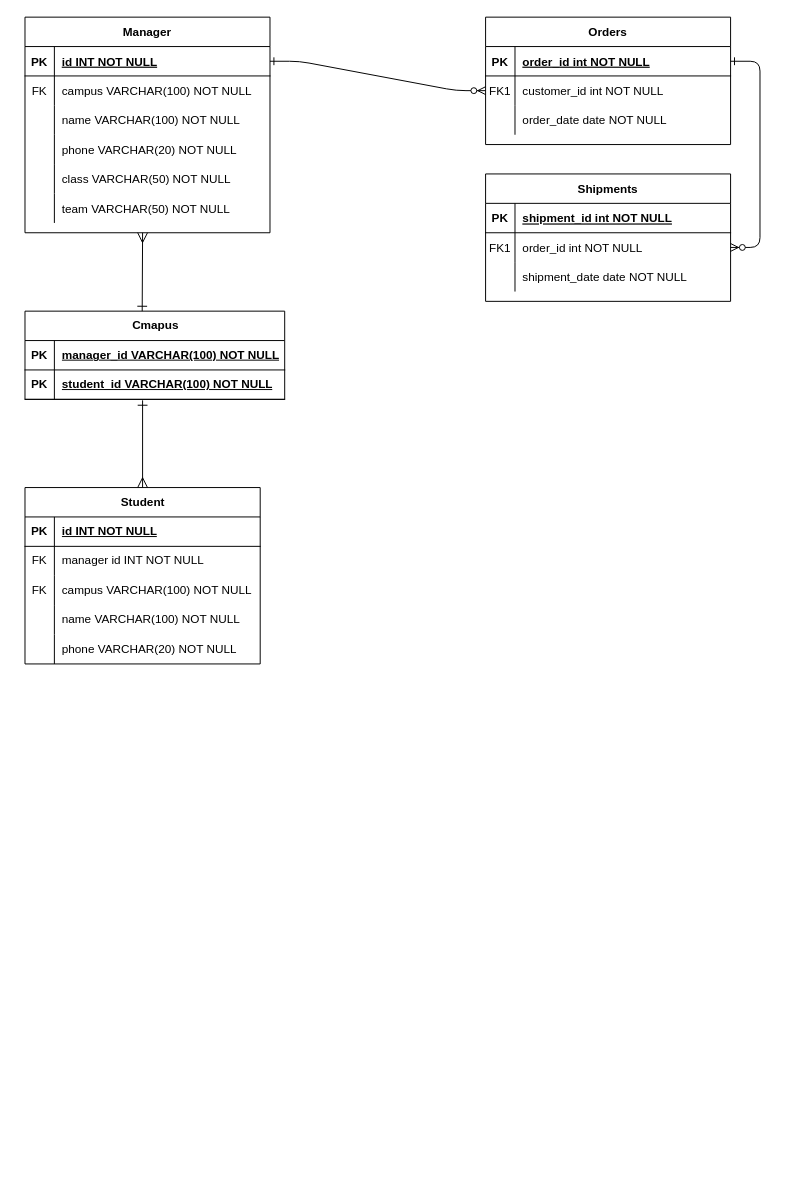
Earlier version of the draw.io diagram summer_session.drawio (vaaast-lake/diagrams). Source tidied: cells renumbered, new cells numbered last; positions are measured from the earlier drawing's top-left corner, leaving out a move shared by most shapes. Both pictures are drawn from the tidied source at 98%, with x=0, y=0 at pixel (24, 17).
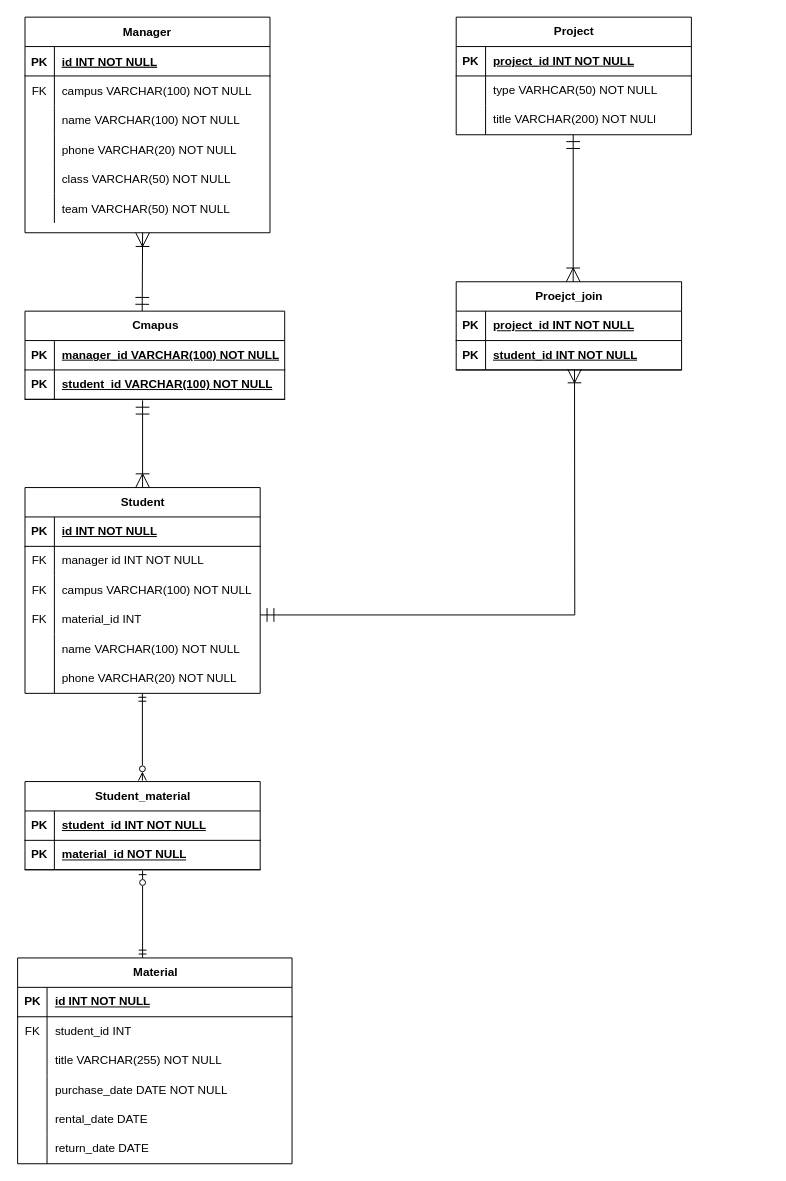
The same page after the edit.

The change refers to these unchanged cells:
```xml
<mxCell id="25" style="shape=partialRectangle;fillColor=none;points=[[0,0.5],[1,0.5]];portConstraint=eastwest;top=0;left=0;right=0;bottom=1;" parent="24" vertex="1">
  <mxGeometry y="30" width="250" height="30" as="geometry" />
</mxCell>
```

What changed in the source:
```diff
@@
-    <mxCell id="2" style="edgeStyle=entityRelationEdgeStyle;endArrow=ERzeroToMany;startArrow=ERone;endFill=1;startFill=0;" parent="1" edge="1" source="25" target="8">
-      <mxGeometry relative="1" as="geometry" />
-    </mxCell>
-    <mxCell id="3" style="edgeStyle=entityRelationEdgeStyle;endArrow=ERzeroToMany;startArrow=ERone;endFill=1;startFill=0;" parent="1" edge="1" source="5" target="18">
-      <mxGeometry relative="1" as="geometry" />
-    </mxCell>
-    <mxCell id="4" value="Orders" style="shape=table;startSize=30;childLayout=tableLayout;rowLines=0;fontStyle=1;align=center;" parent="1" vertex="1">
-      <mxGeometry x="470" width="250" height="130" as="geometry" />
-    </mxCell>
-    <mxCell id="5" style="shape=partialRectangle;fillColor=none;points=[[0,0.5],[1,0.5]];portConstraint=eastwest;top=0;left=0;right=0;bottom=1;" parent="4" vertex="1">
-      <mxGeometry y="30" width="250" height="30" as="geometry" />
-    </mxCell>
-    <mxCell id="6" value="PK" style="shape=partialRectangle;overflow=hidden;fillColor=none;top=0;left=0;bottom=0;right=0;fontStyle=1;" parent="5" vertex="1">
-      <mxGeometry width="30" height="30" as="geometry" />
-    </mxCell>
-    <mxCell id="7" value="order_id int NOT NULL " style="shape=partialRectangle;overflow=hidden;fillColor=none;top=0;left=0;bottom=0;right=0;align=left;spacingLeft=6;fontStyle=5;" parent="5" vertex="1">
-      <mxGeometry x="30" width="220" height="30" as="geometry" />
-    </mxCell>
-    <mxCell id="8" style="shape=partialRectangle;fillColor=none;points=[[0,0.5],[1,0.5]];portConstraint=eastwest;top=0;left=0;right=0;bottom=0;" parent="4" vertex="1">
-      <mxGeometry y="60" width="250" height="30" as="geometry" />
-    </mxCell>
-    <mxCell id="9" value="FK1" style="shape=partialRectangle;overflow=hidden;fillColor=none;top=0;left=0;bottom=0;right=0;" parent="8" vertex="1">
-      <mxGeometry width="30" height="30" as="geometry" />
-    </mxCell>
-    <mxCell id="10" value="customer_id int NOT NULL" style="shape=partialRectangle;overflow=hidden;fillColor=none;top=0;left=0;bottom=0;right=0;align=left;spacingLeft=6;" parent="8" vertex="1">
-      <mxGeometry x="30" width="220" height="30" as="geometry" />
-    </mxCell>
-    <mxCell id="11" style="shape=partialRectangle;fillColor=none;top=0;left=0;right=0;bottom=0;" parent="4" vertex="1">
-      <mxGeometry y="90" width="250" height="30" as="geometry" />
-    </mxCell>
-    <mxCell id="12" style="shape=partialRectangle;overflow=hidden;fillColor=none;top=0;left=0;bottom=0;right=0;" parent="11" vertex="1">
-      <mxGeometry width="30" height="30" as="geometry" />
-    </mxCell>
-    <mxCell id="13" value="order_date date NOT NULL" style="shape=partialRectangle;overflow=hidden;fillColor=none;top=0;left=0;bottom=0;right=0;align=left;spacingLeft=6;" parent="11" vertex="1">
-      <mxGeometry x="30" width="220" height="30" as="geometry" />
-    </mxCell>
-    <mxCell id="14" value="Shipments" style="shape=table;startSize=30;childLayout=tableLayout;rowLines=0;fontStyle=1;align=center;" parent="1" vertex="1">
-      <mxGeometry x="470" y="160" width="250" height="130" as="geometry" />
-    </mxCell>
-    <mxCell id="15" style="shape=partialRectangle;fillColor=none;top=0;left=0;right=0;bottom=1;" parent="14" vertex="1">
-      <mxGeometry y="30" width="250" height="30" as="geometry" />
-    </mxCell>
-    <mxCell id="16" value="PK" style="shape=partialRectangle;overflow=hidden;fillColor=none;top=0;left=0;bottom=0;right=0;fontStyle=1;" parent="15" vertex="1">
-      <mxGeometry width="30" height="30" as="geometry" />
-    </mxCell>
-    <mxCell id="17" value="shipment_id int NOT NULL " style="shape=partialRectangle;overflow=hidden;fillColor=none;top=0;left=0;bottom=0;right=0;align=left;spacingLeft=6;fontStyle=5;" parent="15" vertex="1">
-      <mxGeometry x="30" width="220" height="30" as="geometry" />
-    </mxCell>
-    <mxCell id="18" style="shape=partialRectangle;fillColor=none;points=[[0,0.5],[1,0.5]];portConstraint=eastwest;top=0;left=0;right=0;bottom=0;" parent="14" vertex="1">
-      <mxGeometry y="60" width="250" height="30" as="geometry" />
-    </mxCell>
-    <mxCell id="19" value="FK1" style="shape=partialRectangle;overflow=hidden;fillColor=none;top=0;left=0;bottom=0;right=0;" parent="18" vertex="1">
-      <mxGeometry width="30" height="30" as="geometry" />
-    </mxCell>
-    <mxCell id="20" value="order_id int NOT NULL" style="shape=partialRectangle;overflow=hidden;fillColor=none;top=0;left=0;bottom=0;right=0;align=left;spacingLeft=6;" parent="18" vertex="1">
-      <mxGeometry x="30" width="220" height="30" as="geometry" />
-    </mxCell>
-    <mxCell id="21" style="shape=partialRectangle;fillColor=none;top=0;left=0;right=0;bottom=0;" parent="14" vertex="1">
-      <mxGeometry y="90" width="250" height="30" as="geometry" />
-    </mxCell>
-    <mxCell id="22" style="shape=partialRectangle;overflow=hidden;fillColor=none;top=0;left=0;bottom=0;right=0;" parent="21" vertex="1">
-      <mxGeometry width="30" height="30" as="geometry" />
-    </mxCell>
-    <mxCell id="23" value="shipment_date date NOT NULL" style="shape=partialRectangle;overflow=hidden;fillColor=none;top=0;left=0;bottom=0;right=0;align=left;spacingLeft=6;" parent="21" vertex="1">
-      <mxGeometry x="30" width="220" height="30" as="geometry" />
-    </mxCell>
@@
     <mxCell id="43" value="Student" style="shape=table;startSize=30;childLayout=tableLayout;rowLines=0;fontStyle=1;align=center;html=1;" parent="1" vertex="1">
-      <mxGeometry y="480" width="240" height="180" as="geometry" />
+      <mxGeometry y="480" width="240" height="210" as="geometry" />
     </mxCell>
@@
+    <mxCell id="68" style="shape=tableRow;horizontal=0;startSize=0;swimlaneHead=0;swimlaneBody=0;fillColor=none;top=0;left=0;right=0;bottom=0;" parent="43" vertex="1">
+      <mxGeometry y="120" width="240" height="30" as="geometry" />
+    </mxCell>
+    <mxCell id="69" value="FK" style="shape=partialRectangle;fillColor=none;top=0;left=0;bottom=0;right=0;overflow=hidden;whiteSpace=wrap;html=1;" parent="68" vertex="1">
+      <mxGeometry width="30" height="30" as="geometry" />
+    </mxCell>
+    <mxCell id="70" value="material_id INT" style="shape=partialRectangle;fillColor=none;top=0;left=0;bottom=0;right=0;align=left;spacingLeft=6;overflow=hidden;whiteSpace=wrap;html=1;" parent="68" vertex="1">
+      <mxGeometry x="30" width="210" height="30" as="geometry" />
+    </mxCell>
     <mxCell id="53" style="shape=tableRow;horizontal=0;startSize=0;swimlaneHead=0;swimlaneBody=0;fillColor=none;top=0;left=0;right=0;bottom=0;" parent="43" vertex="1">
-      <mxGeometry y="120" width="240" height="30" as="geometry" />
+      <mxGeometry y="150" width="240" height="30" as="geometry" />
     </mxCell>
@@
     <mxCell id="56" style="shape=tableRow;horizontal=0;startSize=0;swimlaneHead=0;swimlaneBody=0;fillColor=none;top=0;left=0;right=0;bottom=0;" parent="43" vertex="1">
-      <mxGeometry y="150" width="240" height="30" as="geometry" />
+      <mxGeometry y="180" width="240" height="30" as="geometry" />
     </mxCell>
@@
-    <mxCell id="66" style="fontSize=12;html=1;endArrow=ERmany;rounded=0;startSize=8;endSize=8;entryX=0.5;entryY=0;entryDx=0;entryDy=0;strokeColor=default;startArrow=ERone;startFill=0;" parent="1" edge="1" target="43">
+    <mxCell id="66" style="fontSize=12;html=1;endArrow=ERoneToMany;rounded=0;startSize=12;endSize=12;entryX=0.5;entryY=0;entryDx=0;entryDy=0;strokeColor=default;startArrow=ERmandOne;startFill=0;endFill=0;" parent="1" edge="1" target="43">
       <mxGeometry relative="1" as="geometry">
         <mxPoint x="120" y="391" as="sourcePoint" />
       </mxGeometry>
     </mxCell>
-    <mxCell id="67" style="fontSize=12;html=1;endArrow=ERone;rounded=0;startSize=8;endSize=8;entryX=0.5;entryY=0;entryDx=0;entryDy=0;strokeColor=default;startArrow=ERmany;startFill=0;endFill=0;" parent="1" edge="1">
+    <mxCell id="67" style="fontSize=12;html=1;endArrow=ERmandOne;rounded=0;startSize=12;endSize=12;entryX=0.5;entryY=0;entryDx=0;entryDy=0;strokeColor=default;startArrow=ERoneToMany;startFill=0;endFill=0;" parent="1" edge="1">
       <mxGeometry relative="1" as="geometry">
         <mxPoint x="120" y="220" as="sourcePoint" />
         <mxPoint x="119.6" y="300" as="targetPoint" />
       </mxGeometry>
     </mxCell>
+    <mxCell id="71" value="Material" style="shape=table;startSize=30;childLayout=tableLayout;rowLines=0;fontStyle=1;align=center;html=1;" parent="1" vertex="1">
+      <mxGeometry x="-7.5" y="960" width="280" height="210" as="geometry" />
+    </mxCell>
+    <mxCell id="72" style="shape=tableRow;horizontal=0;startSize=0;swimlaneHead=0;swimlaneBody=0;fillColor=none;top=0;left=0;right=0;bottom=1;" parent="71" vertex="1">
+      <mxGeometry y="30" width="280" height="30" as="geometry" />
+    </mxCell>
+    <mxCell id="73" value="PK" style="shape=partialRectangle;fillColor=none;top=0;left=0;bottom=0;right=0;fontStyle=1;overflow=hidden;whiteSpace=wrap;html=1;" parent="72" vertex="1">
+      <mxGeometry width="30" height="30" as="geometry" />
+    </mxCell>
+    <mxCell id="74" value="id INT NOT NULL" style="shape=partialRectangle;fillColor=none;top=0;left=0;bottom=0;right=0;align=left;spacingLeft=6;fontStyle=5;overflow=hidden;whiteSpace=wrap;html=1;" parent="72" vertex="1">
+      <mxGeometry x="30" width="250" height="30" as="geometry" />
+    </mxCell>
+    <mxCell id="75" style="shape=tableRow;horizontal=0;startSize=0;swimlaneHead=0;swimlaneBody=0;fillColor=none;top=0;left=0;right=0;bottom=0;" parent="71" vertex="1">
+      <mxGeometry y="60" width="280" height="30" as="geometry" />
+    </mxCell>
+    <mxCell id="76" value="FK" style="shape=partialRectangle;fillColor=none;top=0;left=0;bottom=0;right=0;overflow=hidden;whiteSpace=wrap;html=1;" parent="75" vertex="1">
+      <mxGeometry width="30" height="30" as="geometry" />
+    </mxCell>
+    <mxCell id="77" value="student_id INT" style="shape=partialRectangle;fillColor=none;top=0;left=0;bottom=0;right=0;align=left;spacingLeft=6;overflow=hidden;whiteSpace=wrap;html=1;" parent="75" vertex="1">
+      <mxGeometry x="30" width="250" height="30" as="geometry" />
+    </mxCell>
+    <mxCell id="78" style="shape=tableRow;horizontal=0;startSize=0;swimlaneHead=0;swimlaneBody=0;fillColor=none;top=0;left=0;right=0;bottom=0;" parent="71" vertex="1">
+      <mxGeometry y="90" width="280" height="30" as="geometry" />
+    </mxCell>
+    <mxCell id="79" style="shape=partialRectangle;fillColor=none;top=0;left=0;bottom=0;right=0;overflow=hidden;whiteSpace=wrap;html=1;" parent="78" vertex="1">
+      <mxGeometry width="30" height="30" as="geometry" />
+    </mxCell>
+    <mxCell id="80" value="title VARCHAR(255) NOT NULL" style="shape=partialRectangle;fillColor=none;top=0;left=0;bottom=0;right=0;align=left;spacingLeft=6;overflow=hidden;whiteSpace=wrap;html=1;" parent="78" vertex="1">
+      <mxGeometry x="30" width="250" height="30" as="geometry" />
+    </mxCell>
+    <mxCell id="81" style="shape=tableRow;horizontal=0;startSize=0;swimlaneHead=0;swimlaneBody=0;fillColor=none;top=0;left=0;right=0;bottom=0;" parent="71" vertex="1">
+      <mxGeometry y="120" width="280" height="30" as="geometry" />
+    </mxCell>
+    <mxCell id="82" style="shape=partialRectangle;fillColor=none;top=0;left=0;bottom=0;right=0;overflow=hidden;whiteSpace=wrap;html=1;" parent="81" vertex="1">
+      <mxGeometry width="30" height="30" as="geometry" />
+    </mxCell>
+    <mxCell id="83" value="purchase_date DATE NOT NULL" style="shape=partialRectangle;fillColor=none;top=0;left=0;bottom=0;right=0;align=left;spacingLeft=6;overflow=hidden;whiteSpace=wrap;html=1;" parent="81" vertex="1">
+      <mxGeometry x="30" width="250" height="30" as="geometry" />
+    </mxCell>
+    <mxCell id="84" style="shape=tableRow;horizontal=0;startSize=0;swimlaneHead=0;swimlaneBody=0;fillColor=none;top=0;left=0;right=0;bottom=0;" parent="71" vertex="1">
+      <mxGeometry y="150" width="280" height="30" as="geometry" />
+    </mxCell>
+    <mxCell id="85" style="shape=partialRectangle;fillColor=none;top=0;left=0;bottom=0;right=0;overflow=hidden;whiteSpace=wrap;html=1;" parent="84" vertex="1">
+      <mxGeometry width="30" height="30" as="geometry" />
+    </mxCell>
+    <mxCell id="86" value="rental_date DATE" style="shape=partialRectangle;fillColor=none;top=0;left=0;bottom=0;right=0;align=left;spacingLeft=6;overflow=hidden;whiteSpace=wrap;html=1;" parent="84" vertex="1">
+      <mxGeometry x="30" width="250" height="30" as="geometry" />
+    </mxCell>
+    <mxCell id="87" style="shape=tableRow;horizontal=0;startSize=0;swimlaneHead=0;swimlaneBody=0;fillColor=none;top=0;left=0;right=0;bottom=0;" parent="71" vertex="1">
+      <mxGeometry y="180" width="280" height="30" as="geometry" />
+    </mxCell>
+    <mxCell id="88" style="shape=partialRectangle;fillColor=none;top=0;left=0;bottom=0;right=0;overflow=hidden;whiteSpace=wrap;html=1;" parent="87" vertex="1">
+      <mxGeometry width="30" height="30" as="geometry" />
+    </mxCell>
+    <mxCell id="89" value="return_date DATE" style="shape=partialRectangle;fillColor=none;top=0;left=0;bottom=0;right=0;align=left;spacingLeft=6;overflow=hidden;whiteSpace=wrap;html=1;" parent="87" vertex="1">
+      <mxGeometry x="30" width="250" height="30" as="geometry" />
+    </mxCell>
+    <mxCell id="90" value="Project" style="shape=table;startSize=30;childLayout=tableLayout;rowLines=0;fontStyle=1;align=center;html=1;" parent="1" vertex="1">
+      <mxGeometry x="440" width="240" height="120" as="geometry" />
+    </mxCell>
+    <mxCell id="91" style="shape=tableRow;horizontal=0;startSize=0;swimlaneHead=0;swimlaneBody=0;fillColor=none;top=0;left=0;right=0;bottom=1;" parent="90" vertex="1">
+      <mxGeometry y="30" width="240" height="30" as="geometry" />
+    </mxCell>
+    <mxCell id="92" value="PK" style="shape=partialRectangle;fillColor=none;top=0;left=0;bottom=0;right=0;fontStyle=1;overflow=hidden;whiteSpace=wrap;html=1;" parent="91" vertex="1">
+      <mxGeometry width="30" height="30" as="geometry" />
+    </mxCell>
+    <mxCell id="93" value="project_id INT NOT NULL" style="shape=partialRectangle;fillColor=none;top=0;left=0;bottom=0;right=0;align=left;spacingLeft=6;fontStyle=5;overflow=hidden;whiteSpace=wrap;html=1;" parent="91" vertex="1">
+      <mxGeometry x="30" width="210" height="30" as="geometry" />
+    </mxCell>
+    <mxCell id="94" style="shape=tableRow;horizontal=0;startSize=0;swimlaneHead=0;swimlaneBody=0;fillColor=none;top=0;left=0;right=0;bottom=0;" parent="90" vertex="1">
+      <mxGeometry y="60" width="240" height="30" as="geometry" />
+    </mxCell>
+    <mxCell id="95" style="shape=partialRectangle;fillColor=none;top=0;left=0;bottom=0;right=0;overflow=hidden;whiteSpace=wrap;html=1;" parent="94" vertex="1">
+      <mxGeometry width="30" height="30" as="geometry" />
+    </mxCell>
+    <mxCell id="96" value="type VARHCAR(50) NOT NULL" style="shape=partialRectangle;fillColor=none;top=0;left=0;bottom=0;right=0;align=left;spacingLeft=6;overflow=hidden;whiteSpace=wrap;html=1;" parent="94" vertex="1">
+      <mxGeometry x="30" width="210" height="30" as="geometry" />
+    </mxCell>
+    <mxCell id="97" style="shape=tableRow;horizontal=0;startSize=0;swimlaneHead=0;swimlaneBody=0;fillColor=none;top=0;left=0;right=0;bottom=0;" parent="90" vertex="1">
+      <mxGeometry y="90" width="240" height="30" as="geometry" />
+    </mxCell>
+    <mxCell id="98" style="shape=partialRectangle;fillColor=none;top=0;left=0;bottom=0;right=0;overflow=hidden;whiteSpace=wrap;html=1;" parent="97" vertex="1">
+      <mxGeometry width="30" height="30" as="geometry" />
+    </mxCell>
+    <mxCell id="99" value="title VARCHAR(200) NOT NULl" style="shape=partialRectangle;fillColor=none;top=0;left=0;bottom=0;right=0;align=left;spacingLeft=6;overflow=hidden;whiteSpace=wrap;html=1;" parent="97" vertex="1">
+      <mxGeometry x="30" width="210" height="30" as="geometry" />
+    </mxCell>
+    <mxCell id="100" value="Proejct_join" style="shape=table;startSize=30;childLayout=tableLayout;rowLines=0;fontStyle=1;align=center;html=1;" parent="1" vertex="1">
+      <mxGeometry x="440" y="270" width="230" height="90" as="geometry" />
+    </mxCell>
+    <mxCell id="101" style="shape=tableRow;horizontal=0;startSize=0;swimlaneHead=0;swimlaneBody=0;fillColor=none;top=0;left=0;right=0;bottom=1;" parent="100" vertex="1">
+      <mxGeometry y="30" width="230" height="30" as="geometry" />
+    </mxCell>
+    <mxCell id="102" value="PK" style="shape=partialRectangle;fillColor=none;top=0;left=0;bottom=0;right=0;fontStyle=1;overflow=hidden;whiteSpace=wrap;html=1;" parent="101" vertex="1">
+      <mxGeometry width="30" height="30" as="geometry" />
+    </mxCell>
+    <mxCell id="103" value="project_id INT NOT NULL" style="shape=partialRectangle;fillColor=none;top=0;left=0;bottom=0;right=0;align=left;spacingLeft=6;fontStyle=5;overflow=hidden;whiteSpace=wrap;html=1;" parent="101" vertex="1">
+      <mxGeometry x="30" width="200" height="30" as="geometry" />
+    </mxCell>
+    <mxCell id="104" style="shape=tableRow;horizontal=0;startSize=0;swimlaneHead=0;swimlaneBody=0;fillColor=none;points=[[0,0.5],[1,0.5]];portConstraint=eastwest;top=0;left=0;right=0;bottom=1;" parent="100" vertex="1">
+      <mxGeometry y="60" width="230" height="30" as="geometry" />
+    </mxCell>
+    <mxCell id="105" value="PK" style="shape=partialRectangle;fillColor=none;top=0;left=0;bottom=0;right=0;fontStyle=1;overflow=hidden;whiteSpace=wrap;html=1;" parent="104" vertex="1">
+      <mxGeometry width="30" height="30" as="geometry" />
+    </mxCell>
+    <mxCell id="106" value="student_id INT NOT NULL" style="shape=partialRectangle;fillColor=none;top=0;left=0;bottom=0;right=0;align=left;spacingLeft=6;fontStyle=5;overflow=hidden;whiteSpace=wrap;html=1;" parent="104" vertex="1">
+      <mxGeometry x="30" width="200" height="30" as="geometry" />
+    </mxCell>
+    <mxCell id="107" style="fontSize=12;html=1;endArrow=ERoneToMany;rounded=0;entryX=0.525;entryY=0.971;entryDx=0;entryDy=0;entryPerimeter=0;startArrow=ERmandOne;startFill=0;strokeWidth=1;endSize=12;startSize=12;" parent="1" edge="1" target="104">
+      <mxGeometry relative="1" as="geometry">
+        <mxPoint x="240" y="610" as="sourcePoint" />
+        <Array as="points">
+          <mxPoint x="561" y="610" />
+        </Array>
+      </mxGeometry>
+    </mxCell>
+    <mxCell id="108" style="fontSize=12;html=1;endArrow=ERoneToMany;endFill=0;rounded=0;entryX=0.5;entryY=0;entryDx=0;entryDy=0;startArrow=ERmandOne;startFill=0;endSize=12;startSize=12;" parent="1" edge="1">
+      <mxGeometry relative="1" as="geometry">
+        <mxPoint x="559.4" y="120" as="sourcePoint" />
+        <mxPoint x="559.4" y="270" as="targetPoint" />
+      </mxGeometry>
+    </mxCell>
+    <mxCell id="109" value="Student_material" style="shape=table;startSize=30;childLayout=tableLayout;rowLines=0;fontStyle=1;align=center;html=1;" parent="1" vertex="1">
+      <mxGeometry y="780" width="240" height="90" as="geometry" />
+    </mxCell>
+    <mxCell id="110" style="shape=tableRow;horizontal=0;startSize=0;swimlaneHead=0;swimlaneBody=0;fillColor=none;top=0;left=0;right=0;bottom=1;" parent="109" vertex="1">
+      <mxGeometry y="30" width="240" height="30" as="geometry" />
+    </mxCell>
+    <mxCell id="111" value="PK" style="shape=partialRectangle;fillColor=none;top=0;left=0;bottom=0;right=0;fontStyle=1;overflow=hidden;whiteSpace=wrap;html=1;" parent="110" vertex="1">
+      <mxGeometry width="30" height="30" as="geometry" />
+    </mxCell>
+    <mxCell id="112" value="student_id INT NOT NULL" style="shape=partialRectangle;fillColor=none;top=0;left=0;bottom=0;right=0;align=left;spacingLeft=6;fontStyle=5;overflow=hidden;whiteSpace=wrap;html=1;" parent="110" vertex="1">
+      <mxGeometry x="30" width="210" height="30" as="geometry" />
+    </mxCell>
+    <mxCell id="113" style="shape=tableRow;horizontal=0;startSize=0;swimlaneHead=0;swimlaneBody=0;fillColor=none;top=0;left=0;right=0;bottom=1;" parent="109" vertex="1">
+      <mxGeometry y="60" width="240" height="30" as="geometry" />
+    </mxCell>
+    <mxCell id="114" value="PK" style="shape=partialRectangle;fillColor=none;top=0;left=0;bottom=0;right=0;fontStyle=1;overflow=hidden;whiteSpace=wrap;html=1;" parent="113" vertex="1">
+      <mxGeometry width="30" height="30" as="geometry" />
+    </mxCell>
+    <mxCell id="115" value="material_id NOT NULL" style="shape=partialRectangle;fillColor=none;top=0;left=0;bottom=0;right=0;align=left;spacingLeft=6;fontStyle=5;overflow=hidden;whiteSpace=wrap;html=1;" parent="113" vertex="1">
+      <mxGeometry x="30" width="210" height="30" as="geometry" />
+    </mxCell>
+    <mxCell id="116" style="fontSize=12;html=1;endArrow=ERzeroToOne;endFill=0;rounded=0;startArrow=ERmandOne;startFill=0;" parent="1" edge="1">
+      <mxGeometry relative="1" as="geometry">
+        <mxPoint x="120" y="960" as="sourcePoint" />
+        <mxPoint x="120" y="871" as="targetPoint" />
+      </mxGeometry>
+    </mxCell>
+    <mxCell id="117" style="fontSize=12;html=1;endArrow=ERmandOne;endFill=0;rounded=0;startArrow=ERzeroToMany;startFill=0;" parent="1" edge="1">
+      <mxGeometry relative="1" as="geometry">
+        <mxPoint x="119.8" y="779" as="sourcePoint" />
+        <mxPoint x="119.8" y="690" as="targetPoint" />
+      </mxGeometry>
+    </mxCell>
```
